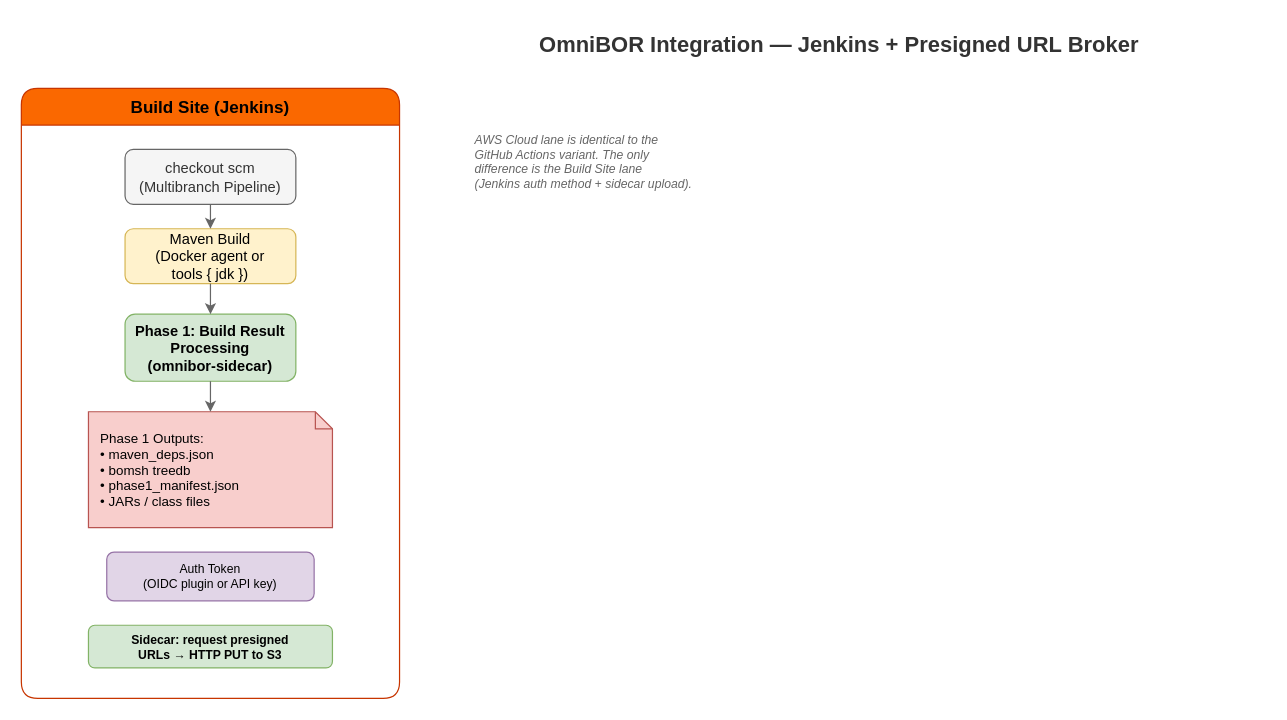
Before: page "Jenkins Variant" (2 of 2) of docs/integration/gh-aws-corona.drawio in tedg-dev/bisbom-gen, a draw.io diagram. Source tidied: cells renumbered, new cells numbered last; positions are measured from the earlier drawing's top-left corner, leaving out a move shared by most shapes. Both pictures are drawn from the tidied source at 122%, with x=0, y=0 at pixel (21, 21).
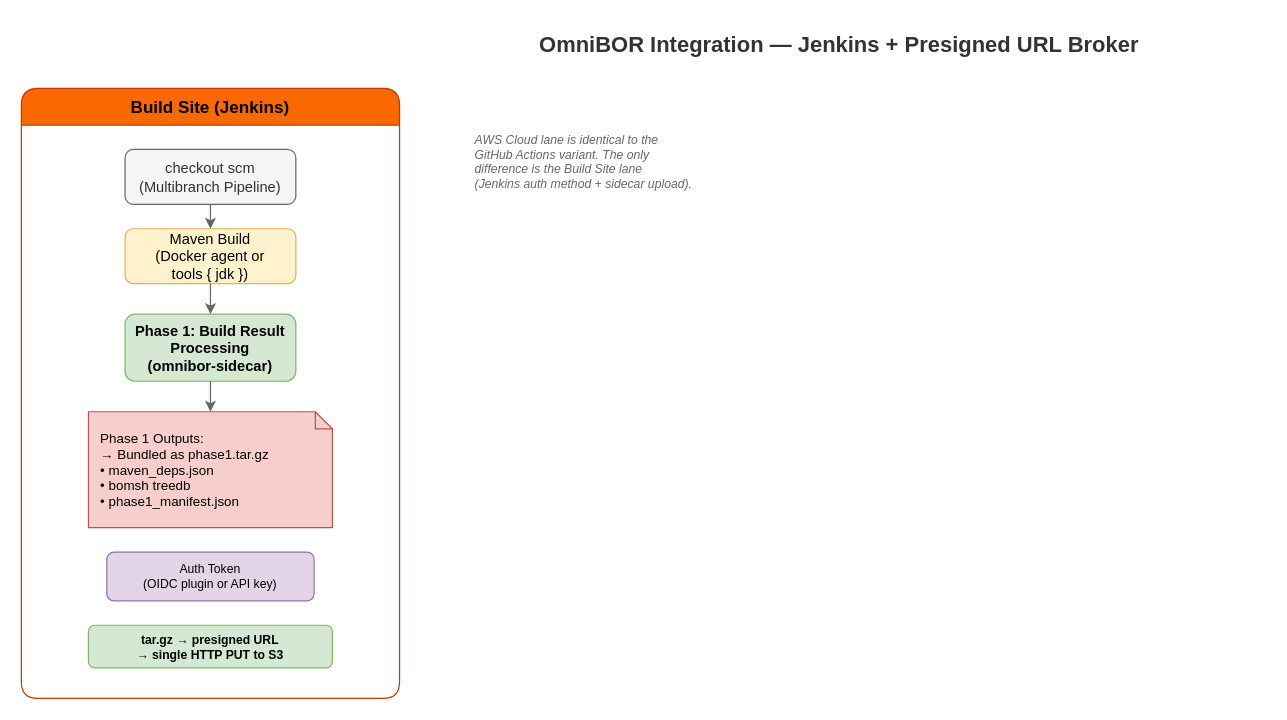
After the change.

Change to the diagram source:
```diff
@@
 <mxGraphModel>
   <root>
     <mxCell id="0" />
     <mxCell id="1" parent="0" />
     <mxCell id="2" value="OmniBOR Integration — Jenkins + Presigned URL Broker" style="text;html=1;align=center;verticalAlign=middle;strokeColor=none;fillColor=none;fontSize=18;fontStyle=1;fontColor=#333333;" parent="1" vertex="1">
       <mxGeometry x="320" width="700" height="40" as="geometry" />
     </mxCell>
     <mxCell id="3" value="Build Site (Jenkins)" style="shape=swimlane;startSize=30;fillColor=#fa6800;strokeColor=#C73500;fontSize=14;fontStyle=1;horizontal=1;rounded=1;fontColor=#000000;" parent="1" vertex="1">
       <mxGeometry y="55" width="310" height="500" as="geometry" />
     </mxCell>
     <mxCell id="4" value="checkout scm&#10;(Multibranch Pipeline)" style="rounded=1;whiteSpace=wrap;html=1;fillColor=#f5f5f5;strokeColor=#666666;fontColor=#333333;fontSize=12;" parent="3" vertex="1">
       <mxGeometry x="85" y="50" width="140" height="45" as="geometry" />
     </mxCell>
     <mxCell id="5" value="Maven Build&#10;(Docker agent or&#10;tools { jdk })" style="rounded=1;whiteSpace=wrap;html=1;fillColor=#fff2cc;strokeColor=#d6b656;fontSize=12;" parent="3" vertex="1">
       <mxGeometry x="85" y="115" width="140" height="45" as="geometry" />
     </mxCell>
     <mxCell id="6" value="Phase 1: Build Result&#10;Processing&#10;(omnibor-sidecar)" style="rounded=1;whiteSpace=wrap;html=1;fillColor=#d5e8d4;strokeColor=#82b366;fontSize=12;fontStyle=1;" parent="3" vertex="1">
       <mxGeometry x="85" y="185" width="140" height="55" as="geometry" />
     </mxCell>
-    <mxCell id="7" value="Phase 1 Outputs:&#10;• maven_deps.json&#10;• bomsh treedb&#10;• phase1_manifest.json&#10;• JARs / class files" style="shape=note;whiteSpace=wrap;html=1;size=14;fillColor=#f8cecc;strokeColor=#b85450;fontSize=11;align=left;spacingLeft=8;" parent="3" vertex="1">
+    <mxCell id="7" value="Phase 1 Outputs:&#10;→ Bundled as phase1.tar.gz&#10;• maven_deps.json&#10;• bomsh treedb&#10;• phase1_manifest.json" style="shape=note;whiteSpace=wrap;html=1;size=14;fillColor=#f8cecc;strokeColor=#b85450;fontSize=11;align=left;spacingLeft=8;" parent="3" vertex="1">
       <mxGeometry x="55" y="265" width="200" height="95" as="geometry" />
     </mxCell>
     <mxCell id="8" value="Auth Token&#10;(OIDC plugin or API key)" style="rounded=1;whiteSpace=wrap;html=1;fillColor=#e1d5e7;strokeColor=#9673a6;fontSize=10;" parent="3" vertex="1">
       <mxGeometry x="70" y="380" width="170" height="40" as="geometry" />
     </mxCell>
-    <mxCell id="9" value="Sidecar: request presigned&#10;URLs → HTTP PUT to S3" style="rounded=1;whiteSpace=wrap;html=1;fillColor=#d5e8d4;strokeColor=#82b366;fontSize=10;fontStyle=1;" parent="3" vertex="1">
+    <mxCell id="9" value="tar.gz → presigned URL&#10;→ single HTTP PUT to S3" style="rounded=1;whiteSpace=wrap;html=1;fillColor=#d5e8d4;strokeColor=#82b366;fontSize=10;fontStyle=1;" parent="3" vertex="1">
       <mxGeometry x="55" y="440" width="200" height="35" as="geometry" />
     </mxCell>
     <mxCell id="10" style="edgeStyle=orthogonalEdgeStyle;rounded=0;strokeColor=#666666;" parent="3" edge="1" source="4" target="5">
       <mxGeometry relative="1" as="geometry" />
     </mxCell>
     <mxCell id="11" style="edgeStyle=orthogonalEdgeStyle;rounded=0;strokeColor=#666666;" parent="3" edge="1" source="5" target="6">
       <mxGeometry relative="1" as="geometry" />
     </mxCell>
     <mxCell id="12" style="edgeStyle=orthogonalEdgeStyle;rounded=0;strokeColor=#666666;" parent="3" edge="1" source="6" target="7">
       <mxGeometry relative="1" as="geometry" />
     </mxCell>
     <mxCell id="13" value="AWS Cloud lane is identical to the&#10;GitHub Actions variant. The only&#10;difference is the Build Site lane&#10;(Jenkins auth method + sidecar upload)." style="text;html=1;align=left;verticalAlign=top;strokeColor=none;fillColor=none;fontSize=10;fontColor=#666666;fontStyle=2;" parent="1" vertex="1">
       <mxGeometry x="370" y="85" width="230" height="70" as="geometry" />
     </mxCell>
   </root>
 </mxGraphModel>
```
